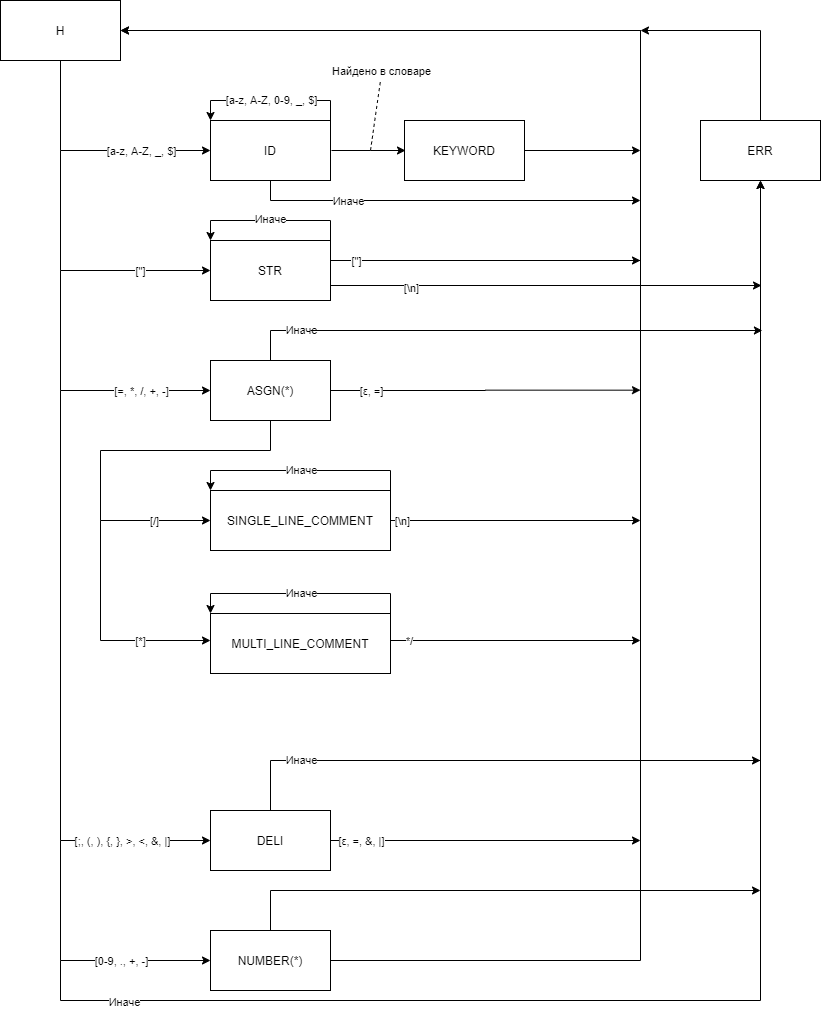
Above: statesDgram.png in sevskii111/compiler (draw.io), before the change. Source tidied: cells renumbered, new cells last; positions are measured from the earlier drawing's top-left corner, leaving out a move shared by most shapes.
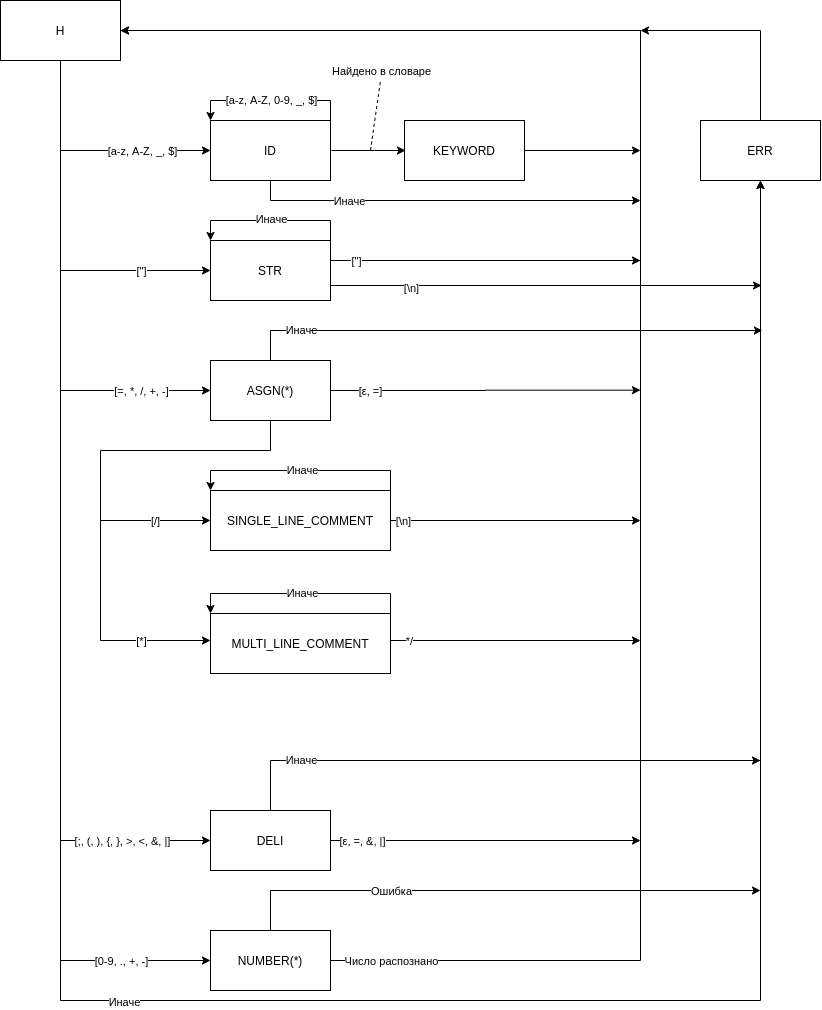
The same file after the commit.

Commit message:
added number states machine

What changed in the source:
```diff
@@ -306,6 +306,11 @@
         </Array>
       </mxGeometry>
     </mxCell>
+    <mxCell id="65" value="Число распознано" style="edgeLabel;html=1;align=center;verticalAlign=middle;" parent="55" vertex="1">
+      <mxGeometry x="-0.96" relative="1" as="geometry">
+        <mxPoint x="25" as="offset" />
+      </mxGeometry>
+    </mxCell>
     <mxCell id="56" style="edgeStyle=orthogonalEdgeStyle;rounded=0;jettySize=auto;html=1;exitX=0.5;exitY=0;exitDx=0;exitDy=0;" parent="1" edge="1" source="57">
       <mxGeometry relative="1" as="geometry">
         <mxPoint x="760" y="890" as="targetPoint" />
@@ -314,6 +319,11 @@
         </Array>
       </mxGeometry>
     </mxCell>
+    <mxCell id="66" value="Ошибка" style="edgeLabel;html=1;align=center;verticalAlign=middle;" parent="56" vertex="1">
+      <mxGeometry x="-0.46" y="-1" relative="1" as="geometry">
+        <mxPoint x="16.7" y="-1" as="offset" />
+      </mxGeometry>
+    </mxCell>
     <mxCell id="57" value="NUMBER(*)" style="rounded=0;whiteSpace=wrap;html=1;" parent="1" vertex="1">
       <mxGeometry x="210" y="930" width="120" height="60" as="geometry" />
     </mxCell>
```
